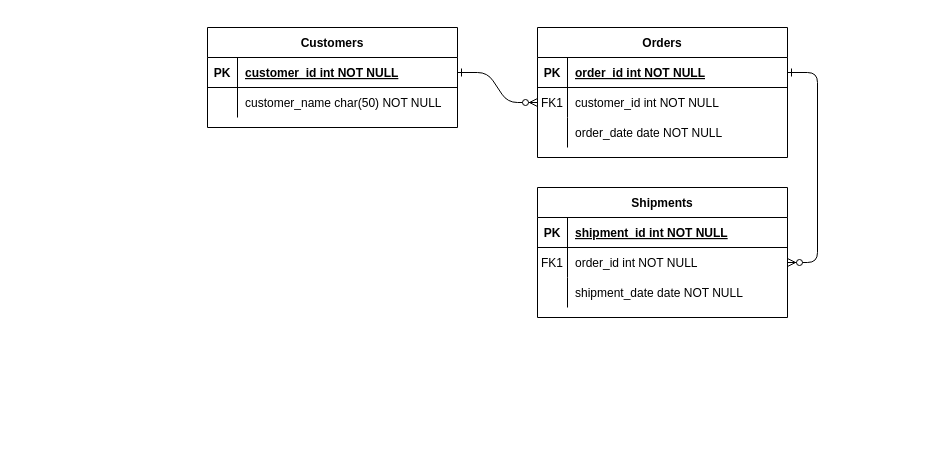
Before: Untitled Diagram.drawio in al-khoodhy/perancangan-db-toko-online, a draw.io diagram. Source tidied: cells renumbered, new cells numbered last; positions are measured from the earlier drawing's top-left corner, leaving out a move shared by most shapes. Both pictures are drawn from the tidied source at 100%, with x=0, y=0 at pixel (207, 27).
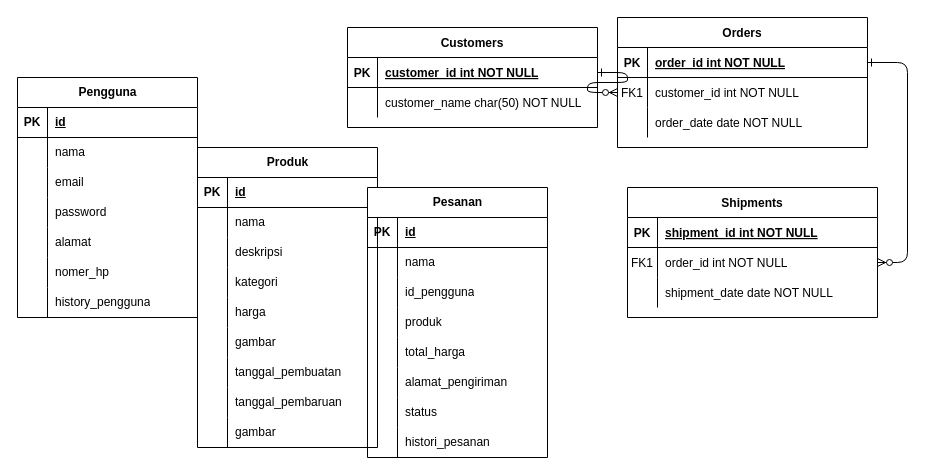
After the change.

Diff of the diagram source:
```diff
@@
     <mxCell id="4" value="Orders" style="shape=table;startSize=30;childLayout=tableLayout;rowLines=0;fontStyle=1;align=center;" parent="1" vertex="1">
-      <mxGeometry x="330" width="250" height="130" as="geometry" />
+      <mxGeometry x="410" y="-10" width="250" height="130" as="geometry" />
     </mxCell>
@@
     <mxCell id="14" value="Shipments" style="shape=table;startSize=30;childLayout=tableLayout;rowLines=0;fontStyle=1;align=center;" parent="1" vertex="1">
-      <mxGeometry x="330" y="160" width="250" height="130" as="geometry" />
+      <mxGeometry x="420" y="160" width="250" height="130" as="geometry" />
     </mxCell>
@@
     <mxCell id="24" value="Customers" style="shape=table;startSize=30;childLayout=tableLayout;rowLines=0;fontStyle=1;align=center;" parent="1" vertex="1">
-      <mxGeometry width="250" height="100" as="geometry" />
+      <mxGeometry x="140" width="250" height="100" as="geometry" />
     </mxCell>
@@
+    <mxCell id="31" value="Produk" style="shape=table;startSize=30;childLayout=tableLayout;rowLines=0;fontStyle=1;align=center;html=1;" parent="1" vertex="1">
+      <mxGeometry x="-10" y="120" width="180" height="300" as="geometry" />
+    </mxCell>
+    <mxCell id="32" style="shape=tableRow;horizontal=0;startSize=0;swimlaneHead=0;swimlaneBody=0;fillColor=none;top=0;left=0;right=0;bottom=1;" parent="31" vertex="1">
+      <mxGeometry y="30" width="180" height="30" as="geometry" />
+    </mxCell>
+    <mxCell id="33" value="PK" style="shape=partialRectangle;fillColor=none;top=0;left=0;bottom=0;right=0;fontStyle=1;overflow=hidden;whiteSpace=wrap;html=1;" parent="32" vertex="1">
+      <mxGeometry width="30" height="30" as="geometry" />
+    </mxCell>
+    <mxCell id="34" value="id" style="shape=partialRectangle;fillColor=none;top=0;left=0;bottom=0;right=0;align=left;spacingLeft=6;fontStyle=5;overflow=hidden;whiteSpace=wrap;html=1;" parent="32" vertex="1">
+      <mxGeometry x="30" width="150" height="30" as="geometry" />
+    </mxCell>
+    <mxCell id="35" style="shape=tableRow;horizontal=0;startSize=0;swimlaneHead=0;swimlaneBody=0;fillColor=none;top=0;left=0;right=0;bottom=0;" parent="31" vertex="1">
+      <mxGeometry y="60" width="180" height="30" as="geometry" />
+    </mxCell>
+    <mxCell id="36" style="shape=partialRectangle;fillColor=none;top=0;left=0;bottom=0;right=0;overflow=hidden;whiteSpace=wrap;html=1;" parent="35" vertex="1">
+      <mxGeometry width="30" height="30" as="geometry" />
+    </mxCell>
+    <mxCell id="37" value="nama" style="shape=partialRectangle;fillColor=none;top=0;left=0;bottom=0;right=0;align=left;spacingLeft=6;overflow=hidden;whiteSpace=wrap;html=1;" parent="35" vertex="1">
+      <mxGeometry x="30" width="150" height="30" as="geometry" />
+    </mxCell>
+    <mxCell id="38" style="shape=tableRow;horizontal=0;startSize=0;swimlaneHead=0;swimlaneBody=0;fillColor=none;top=0;left=0;right=0;bottom=0;" parent="31" vertex="1">
+      <mxGeometry y="90" width="180" height="30" as="geometry" />
+    </mxCell>
+    <mxCell id="39" style="shape=partialRectangle;fillColor=none;top=0;left=0;bottom=0;right=0;overflow=hidden;whiteSpace=wrap;html=1;" parent="38" vertex="1">
+      <mxGeometry width="30" height="30" as="geometry" />
+    </mxCell>
+    <mxCell id="40" value="deskripsi" style="shape=partialRectangle;fillColor=none;top=0;left=0;bottom=0;right=0;align=left;spacingLeft=6;overflow=hidden;whiteSpace=wrap;html=1;" parent="38" vertex="1">
+      <mxGeometry x="30" width="150" height="30" as="geometry" />
+    </mxCell>
+    <mxCell id="41" style="shape=tableRow;horizontal=0;startSize=0;swimlaneHead=0;swimlaneBody=0;fillColor=none;top=0;left=0;right=0;bottom=0;" parent="31" vertex="1">
+      <mxGeometry y="120" width="180" height="30" as="geometry" />
+    </mxCell>
+    <mxCell id="42" style="shape=partialRectangle;fillColor=none;top=0;left=0;bottom=0;right=0;overflow=hidden;whiteSpace=wrap;html=1;" parent="41" vertex="1">
+      <mxGeometry width="30" height="30" as="geometry" />
+    </mxCell>
+    <mxCell id="43" value="kategori" style="shape=partialRectangle;fillColor=none;top=0;left=0;bottom=0;right=0;align=left;spacingLeft=6;overflow=hidden;whiteSpace=wrap;html=1;" parent="41" vertex="1">
+      <mxGeometry x="30" width="150" height="30" as="geometry" />
+    </mxCell>
+    <mxCell id="44" style="shape=tableRow;horizontal=0;startSize=0;swimlaneHead=0;swimlaneBody=0;fillColor=none;top=0;left=0;right=0;bottom=0;" parent="31" vertex="1">
+      <mxGeometry y="150" width="180" height="30" as="geometry" />
+    </mxCell>
+    <mxCell id="45" style="shape=partialRectangle;fillColor=none;top=0;left=0;bottom=0;right=0;overflow=hidden;whiteSpace=wrap;html=1;" parent="44" vertex="1">
+      <mxGeometry width="30" height="30" as="geometry" />
+    </mxCell>
+    <mxCell id="46" value="harga" style="shape=partialRectangle;fillColor=none;top=0;left=0;bottom=0;right=0;align=left;spacingLeft=6;overflow=hidden;whiteSpace=wrap;html=1;" parent="44" vertex="1">
+      <mxGeometry x="30" width="150" height="30" as="geometry" />
+    </mxCell>
+    <mxCell id="47" style="shape=tableRow;horizontal=0;startSize=0;swimlaneHead=0;swimlaneBody=0;fillColor=none;top=0;left=0;right=0;bottom=0;" parent="31" vertex="1">
+      <mxGeometry y="180" width="180" height="30" as="geometry" />
+    </mxCell>
+    <mxCell id="48" style="shape=partialRectangle;fillColor=none;top=0;left=0;bottom=0;right=0;overflow=hidden;whiteSpace=wrap;html=1;" parent="47" vertex="1">
+      <mxGeometry width="30" height="30" as="geometry" />
+    </mxCell>
+    <mxCell id="49" value="gambar" style="shape=partialRectangle;fillColor=none;top=0;left=0;bottom=0;right=0;align=left;spacingLeft=6;overflow=hidden;whiteSpace=wrap;html=1;" parent="47" vertex="1">
+      <mxGeometry x="30" width="150" height="30" as="geometry" />
+    </mxCell>
+    <mxCell id="50" style="shape=tableRow;horizontal=0;startSize=0;swimlaneHead=0;swimlaneBody=0;fillColor=none;top=0;left=0;right=0;bottom=0;" parent="31" vertex="1">
+      <mxGeometry y="210" width="180" height="30" as="geometry" />
+    </mxCell>
+    <mxCell id="51" style="shape=partialRectangle;fillColor=none;top=0;left=0;bottom=0;right=0;overflow=hidden;whiteSpace=wrap;html=1;" parent="50" vertex="1">
+      <mxGeometry width="30" height="30" as="geometry" />
+    </mxCell>
+    <mxCell id="52" value="tanggal_pembuatan" style="shape=partialRectangle;fillColor=none;top=0;left=0;bottom=0;right=0;align=left;spacingLeft=6;overflow=hidden;whiteSpace=wrap;html=1;" parent="50" vertex="1">
+      <mxGeometry x="30" width="150" height="30" as="geometry" />
+    </mxCell>
+    <mxCell id="53" style="shape=tableRow;horizontal=0;startSize=0;swimlaneHead=0;swimlaneBody=0;fillColor=none;top=0;left=0;right=0;bottom=0;" parent="31" vertex="1">
+      <mxGeometry y="240" width="180" height="30" as="geometry" />
+    </mxCell>
+    <mxCell id="54" style="shape=partialRectangle;fillColor=none;top=0;left=0;bottom=0;right=0;overflow=hidden;whiteSpace=wrap;html=1;" parent="53" vertex="1">
+      <mxGeometry width="30" height="30" as="geometry" />
+    </mxCell>
+    <mxCell id="55" value="tanggal_pembaruan" style="shape=partialRectangle;fillColor=none;top=0;left=0;bottom=0;right=0;align=left;spacingLeft=6;overflow=hidden;whiteSpace=wrap;html=1;" parent="53" vertex="1">
+      <mxGeometry x="30" width="150" height="30" as="geometry" />
+    </mxCell>
+    <mxCell id="56" style="shape=tableRow;horizontal=0;startSize=0;swimlaneHead=0;swimlaneBody=0;fillColor=none;top=0;left=0;right=0;bottom=0;" parent="31" vertex="1">
+      <mxGeometry y="270" width="180" height="30" as="geometry" />
+    </mxCell>
+    <mxCell id="57" style="shape=partialRectangle;fillColor=none;top=0;left=0;bottom=0;right=0;overflow=hidden;whiteSpace=wrap;html=1;" parent="56" vertex="1">
+      <mxGeometry width="30" height="30" as="geometry" />
+    </mxCell>
+    <mxCell id="58" value="gambar" style="shape=partialRectangle;fillColor=none;top=0;left=0;bottom=0;right=0;align=left;spacingLeft=6;overflow=hidden;whiteSpace=wrap;html=1;" parent="56" vertex="1">
+      <mxGeometry x="30" width="150" height="30" as="geometry" />
+    </mxCell>
+    <mxCell id="59" value="Pengguna" style="shape=table;startSize=30;childLayout=tableLayout;rowLines=0;fontStyle=1;align=center;html=1;" parent="1" vertex="1">
+      <mxGeometry x="-190" y="50" width="180" height="240" as="geometry" />
+    </mxCell>
+    <mxCell id="60" style="shape=tableRow;horizontal=0;startSize=0;swimlaneHead=0;swimlaneBody=0;fillColor=none;top=0;left=0;right=0;bottom=1;" parent="59" vertex="1">
+      <mxGeometry y="30" width="180" height="30" as="geometry" />
+    </mxCell>
+    <mxCell id="61" value="PK" style="shape=partialRectangle;fillColor=none;top=0;left=0;bottom=0;right=0;fontStyle=1;overflow=hidden;whiteSpace=wrap;html=1;" parent="60" vertex="1">
+      <mxGeometry width="30" height="30" as="geometry" />
+    </mxCell>
+    <mxCell id="62" value="id" style="shape=partialRectangle;fillColor=none;top=0;left=0;bottom=0;right=0;align=left;spacingLeft=6;fontStyle=5;overflow=hidden;whiteSpace=wrap;html=1;" parent="60" vertex="1">
+      <mxGeometry x="30" width="150" height="30" as="geometry" />
+    </mxCell>
+    <mxCell id="63" style="shape=tableRow;horizontal=0;startSize=0;swimlaneHead=0;swimlaneBody=0;fillColor=none;top=0;left=0;right=0;bottom=0;" parent="59" vertex="1">
+      <mxGeometry y="60" width="180" height="30" as="geometry" />
+    </mxCell>
+    <mxCell id="64" style="shape=partialRectangle;fillColor=none;top=0;left=0;bottom=0;right=0;overflow=hidden;whiteSpace=wrap;html=1;" parent="63" vertex="1">
+      <mxGeometry width="30" height="30" as="geometry" />
+    </mxCell>
+    <mxCell id="65" value="nama" style="shape=partialRectangle;fillColor=none;top=0;left=0;bottom=0;right=0;align=left;spacingLeft=6;overflow=hidden;whiteSpace=wrap;html=1;" parent="63" vertex="1">
+      <mxGeometry x="30" width="150" height="30" as="geometry" />
+    </mxCell>
+    <mxCell id="66" style="shape=tableRow;horizontal=0;startSize=0;swimlaneHead=0;swimlaneBody=0;fillColor=none;top=0;left=0;right=0;bottom=0;" parent="59" vertex="1">
+      <mxGeometry y="90" width="180" height="30" as="geometry" />
+    </mxCell>
+    <mxCell id="67" style="shape=partialRectangle;fillColor=none;top=0;left=0;bottom=0;right=0;overflow=hidden;whiteSpace=wrap;html=1;" parent="66" vertex="1">
+      <mxGeometry width="30" height="30" as="geometry" />
+    </mxCell>
+    <mxCell id="68" value="email" style="shape=partialRectangle;fillColor=none;top=0;left=0;bottom=0;right=0;align=left;spacingLeft=6;overflow=hidden;whiteSpace=wrap;html=1;" parent="66" vertex="1">
+      <mxGeometry x="30" width="150" height="30" as="geometry" />
+    </mxCell>
+    <mxCell id="69" style="shape=tableRow;horizontal=0;startSize=0;swimlaneHead=0;swimlaneBody=0;fillColor=none;top=0;left=0;right=0;bottom=0;" parent="59" vertex="1">
+      <mxGeometry y="120" width="180" height="30" as="geometry" />
+    </mxCell>
+    <mxCell id="70" style="shape=partialRectangle;fillColor=none;top=0;left=0;bottom=0;right=0;overflow=hidden;whiteSpace=wrap;html=1;" parent="69" vertex="1">
+      <mxGeometry width="30" height="30" as="geometry" />
+    </mxCell>
+    <mxCell id="71" value="password" style="shape=partialRectangle;fillColor=none;top=0;left=0;bottom=0;right=0;align=left;spacingLeft=6;overflow=hidden;whiteSpace=wrap;html=1;" parent="69" vertex="1">
+      <mxGeometry x="30" width="150" height="30" as="geometry" />
+    </mxCell>
+    <mxCell id="72" style="shape=tableRow;horizontal=0;startSize=0;swimlaneHead=0;swimlaneBody=0;fillColor=none;top=0;left=0;right=0;bottom=0;" parent="59" vertex="1">
+      <mxGeometry y="150" width="180" height="30" as="geometry" />
+    </mxCell>
+    <mxCell id="73" style="shape=partialRectangle;fillColor=none;top=0;left=0;bottom=0;right=0;overflow=hidden;whiteSpace=wrap;html=1;" parent="72" vertex="1">
+      <mxGeometry width="30" height="30" as="geometry" />
+    </mxCell>
+    <mxCell id="74" value="alamat" style="shape=partialRectangle;fillColor=none;top=0;left=0;bottom=0;right=0;align=left;spacingLeft=6;overflow=hidden;whiteSpace=wrap;html=1;" parent="72" vertex="1">
+      <mxGeometry x="30" width="150" height="30" as="geometry" />
+    </mxCell>
+    <mxCell id="75" style="shape=tableRow;horizontal=0;startSize=0;swimlaneHead=0;swimlaneBody=0;fillColor=none;top=0;left=0;right=0;bottom=0;" parent="59" vertex="1">
+      <mxGeometry y="180" width="180" height="30" as="geometry" />
+    </mxCell>
+    <mxCell id="76" style="shape=partialRectangle;fillColor=none;top=0;left=0;bottom=0;right=0;overflow=hidden;whiteSpace=wrap;html=1;" parent="75" vertex="1">
+      <mxGeometry width="30" height="30" as="geometry" />
+    </mxCell>
+    <mxCell id="77" value="nomer_hp" style="shape=partialRectangle;fillColor=none;top=0;left=0;bottom=0;right=0;align=left;spacingLeft=6;overflow=hidden;whiteSpace=wrap;html=1;" parent="75" vertex="1">
+      <mxGeometry x="30" width="150" height="30" as="geometry" />
+    </mxCell>
+    <mxCell id="78" style="shape=tableRow;horizontal=0;startSize=0;swimlaneHead=0;swimlaneBody=0;fillColor=none;top=0;left=0;right=0;bottom=0;" parent="59" vertex="1">
+      <mxGeometry y="210" width="180" height="30" as="geometry" />
+    </mxCell>
+    <mxCell id="79" style="shape=partialRectangle;fillColor=none;top=0;left=0;bottom=0;right=0;overflow=hidden;whiteSpace=wrap;html=1;" parent="78" vertex="1">
+      <mxGeometry width="30" height="30" as="geometry" />
+    </mxCell>
+    <mxCell id="80" value="history_pengguna" style="shape=partialRectangle;fillColor=none;top=0;left=0;bottom=0;right=0;align=left;spacingLeft=6;overflow=hidden;whiteSpace=wrap;html=1;" parent="78" vertex="1">
+      <mxGeometry x="30" width="150" height="30" as="geometry" />
+    </mxCell>
+    <mxCell id="81" value="Pesanan" style="shape=table;startSize=30;childLayout=tableLayout;rowLines=0;fontStyle=1;align=center;html=1;" parent="1" vertex="1">
+      <mxGeometry x="160" y="160" width="180" height="270" as="geometry" />
+    </mxCell>
+    <mxCell id="82" style="shape=tableRow;horizontal=0;startSize=0;swimlaneHead=0;swimlaneBody=0;fillColor=none;top=0;left=0;right=0;bottom=1;" parent="81" vertex="1">
+      <mxGeometry y="30" width="180" height="30" as="geometry" />
+    </mxCell>
+    <mxCell id="83" value="PK" style="shape=partialRectangle;fillColor=none;top=0;left=0;bottom=0;right=0;fontStyle=1;overflow=hidden;whiteSpace=wrap;html=1;" parent="82" vertex="1">
+      <mxGeometry width="30" height="30" as="geometry" />
+    </mxCell>
+    <mxCell id="84" value="id" style="shape=partialRectangle;fillColor=none;top=0;left=0;bottom=0;right=0;align=left;spacingLeft=6;fontStyle=5;overflow=hidden;whiteSpace=wrap;html=1;" parent="82" vertex="1">
+      <mxGeometry x="30" width="150" height="30" as="geometry" />
+    </mxCell>
+    <mxCell id="85" style="shape=tableRow;horizontal=0;startSize=0;swimlaneHead=0;swimlaneBody=0;fillColor=none;top=0;left=0;right=0;bottom=0;" parent="81" vertex="1">
+      <mxGeometry y="60" width="180" height="30" as="geometry" />
+    </mxCell>
+    <mxCell id="86" style="shape=partialRectangle;fillColor=none;top=0;left=0;bottom=0;right=0;overflow=hidden;whiteSpace=wrap;html=1;" parent="85" vertex="1">
+      <mxGeometry width="30" height="30" as="geometry" />
+    </mxCell>
+    <mxCell id="87" value="nama" style="shape=partialRectangle;fillColor=none;top=0;left=0;bottom=0;right=0;align=left;spacingLeft=6;overflow=hidden;whiteSpace=wrap;html=1;" parent="85" vertex="1">
+      <mxGeometry x="30" width="150" height="30" as="geometry" />
+    </mxCell>
+    <mxCell id="88" style="shape=tableRow;horizontal=0;startSize=0;swimlaneHead=0;swimlaneBody=0;fillColor=none;top=0;left=0;right=0;bottom=0;" parent="81" vertex="1">
+      <mxGeometry y="90" width="180" height="30" as="geometry" />
+    </mxCell>
+    <mxCell id="89" style="shape=partialRectangle;fillColor=none;top=0;left=0;bottom=0;right=0;overflow=hidden;whiteSpace=wrap;html=1;" parent="88" vertex="1">
+      <mxGeometry width="30" height="30" as="geometry" />
+    </mxCell>
+    <mxCell id="90" value="id_pengguna" style="shape=partialRectangle;fillColor=none;top=0;left=0;bottom=0;right=0;align=left;spacingLeft=6;overflow=hidden;whiteSpace=wrap;html=1;" parent="88" vertex="1">
+      <mxGeometry x="30" width="150" height="30" as="geometry" />
+    </mxCell>
+    <mxCell id="91" style="shape=tableRow;horizontal=0;startSize=0;swimlaneHead=0;swimlaneBody=0;fillColor=none;top=0;left=0;right=0;bottom=0;" parent="81" vertex="1">
+      <mxGeometry y="120" width="180" height="30" as="geometry" />
+    </mxCell>
+    <mxCell id="92" style="shape=partialRectangle;fillColor=none;top=0;left=0;bottom=0;right=0;overflow=hidden;whiteSpace=wrap;html=1;" parent="91" vertex="1">
+      <mxGeometry width="30" height="30" as="geometry" />
+    </mxCell>
+    <mxCell id="93" value="produk" style="shape=partialRectangle;fillColor=none;top=0;left=0;bottom=0;right=0;align=left;spacingLeft=6;overflow=hidden;whiteSpace=wrap;html=1;" parent="91" vertex="1">
+      <mxGeometry x="30" width="150" height="30" as="geometry" />
+    </mxCell>
+    <mxCell id="94" style="shape=tableRow;horizontal=0;startSize=0;swimlaneHead=0;swimlaneBody=0;fillColor=none;top=0;left=0;right=0;bottom=0;" parent="81" vertex="1">
+      <mxGeometry y="150" width="180" height="30" as="geometry" />
+    </mxCell>
+    <mxCell id="95" style="shape=partialRectangle;fillColor=none;top=0;left=0;bottom=0;right=0;overflow=hidden;whiteSpace=wrap;html=1;" parent="94" vertex="1">
+      <mxGeometry width="30" height="30" as="geometry" />
+    </mxCell>
+    <mxCell id="96" value="total_harga" style="shape=partialRectangle;fillColor=none;top=0;left=0;bottom=0;right=0;align=left;spacingLeft=6;overflow=hidden;whiteSpace=wrap;html=1;" parent="94" vertex="1">
+      <mxGeometry x="30" width="150" height="30" as="geometry" />
+    </mxCell>
+    <mxCell id="97" style="shape=tableRow;horizontal=0;startSize=0;swimlaneHead=0;swimlaneBody=0;fillColor=none;top=0;left=0;right=0;bottom=0;" parent="81" vertex="1">
+      <mxGeometry y="180" width="180" height="30" as="geometry" />
+    </mxCell>
+    <mxCell id="98" style="shape=partialRectangle;fillColor=none;top=0;left=0;bottom=0;right=0;overflow=hidden;whiteSpace=wrap;html=1;" parent="97" vertex="1">
+      <mxGeometry width="30" height="30" as="geometry" />
+    </mxCell>
+    <mxCell id="99" value="alamat_pengiriman" style="shape=partialRectangle;fillColor=none;top=0;left=0;bottom=0;right=0;align=left;spacingLeft=6;overflow=hidden;whiteSpace=wrap;html=1;" parent="97" vertex="1">
+      <mxGeometry x="30" width="150" height="30" as="geometry" />
+    </mxCell>
+    <mxCell id="100" style="shape=tableRow;horizontal=0;startSize=0;swimlaneHead=0;swimlaneBody=0;fillColor=none;top=0;left=0;right=0;bottom=0;" parent="81" vertex="1">
+      <mxGeometry y="210" width="180" height="30" as="geometry" />
+    </mxCell>
+    <mxCell id="101" style="shape=partialRectangle;fillColor=none;top=0;left=0;bottom=0;right=0;overflow=hidden;whiteSpace=wrap;html=1;" parent="100" vertex="1">
+      <mxGeometry width="30" height="30" as="geometry" />
+    </mxCell>
+    <mxCell id="102" value="status" style="shape=partialRectangle;fillColor=none;top=0;left=0;bottom=0;right=0;align=left;spacingLeft=6;overflow=hidden;whiteSpace=wrap;html=1;" parent="100" vertex="1">
+      <mxGeometry x="30" width="150" height="30" as="geometry" />
+    </mxCell>
+    <mxCell id="103" style="shape=tableRow;horizontal=0;startSize=0;swimlaneHead=0;swimlaneBody=0;fillColor=none;top=0;left=0;right=0;bottom=0;" parent="81" vertex="1">
+      <mxGeometry y="240" width="180" height="30" as="geometry" />
+    </mxCell>
+    <mxCell id="104" style="shape=partialRectangle;fillColor=none;top=0;left=0;bottom=0;right=0;overflow=hidden;whiteSpace=wrap;html=1;" parent="103" vertex="1">
+      <mxGeometry width="30" height="30" as="geometry" />
+    </mxCell>
+    <mxCell id="105" value="histori_pesanan" style="shape=partialRectangle;fillColor=none;top=0;left=0;bottom=0;right=0;align=left;spacingLeft=6;overflow=hidden;whiteSpace=wrap;html=1;" parent="103" vertex="1">
+      <mxGeometry x="30" width="150" height="30" as="geometry" />
+    </mxCell>
```
